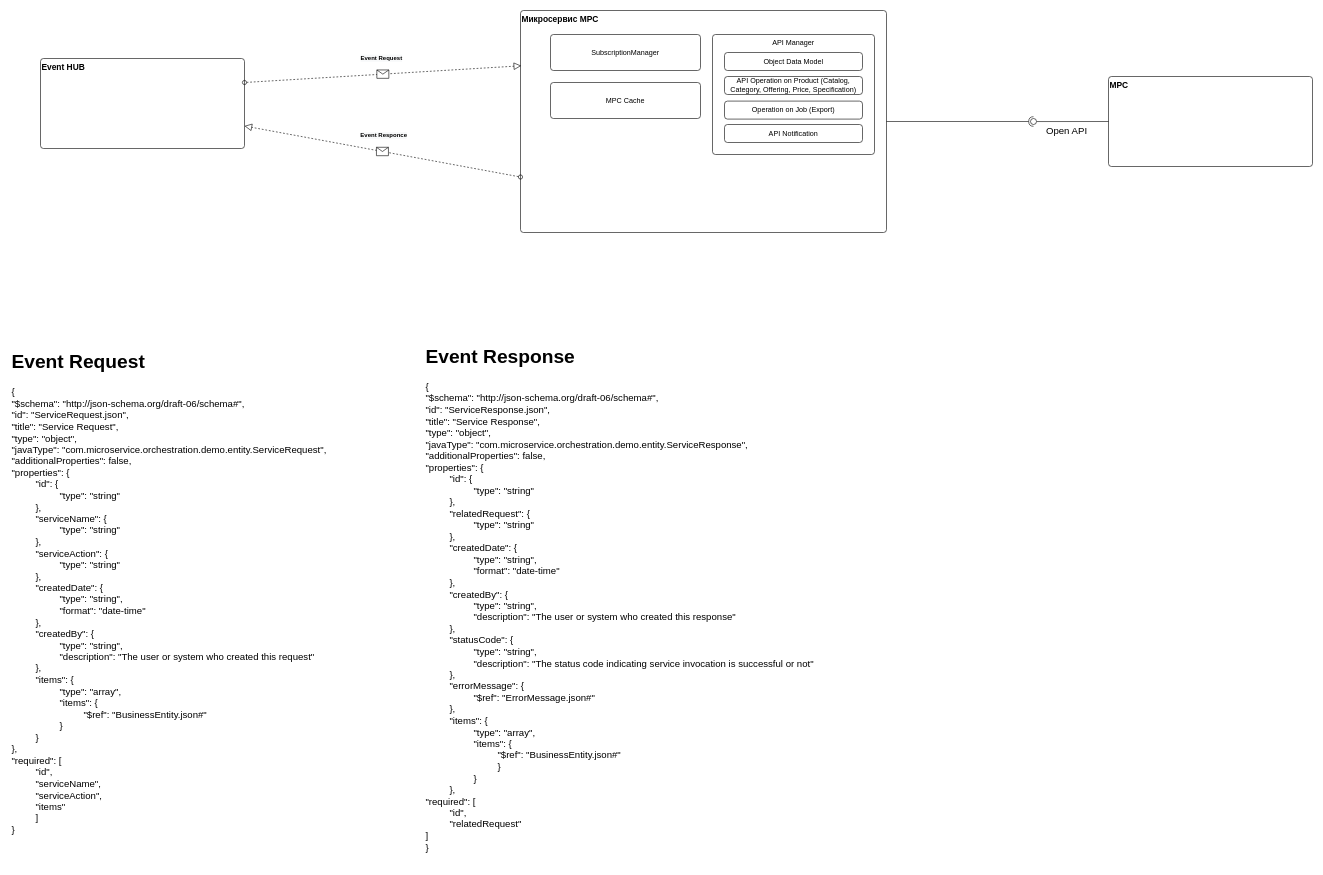
The draw.io diagram page "Проработка микросервиса" (5 of 8) of ExpApiSchematics.drawio in jwkig/expApi, before the edit. Source tidied: cells renumbered, new cells numbered last; positions are measured from the earlier drawing's top-left corner, leaving out a move shared by most shapes. Both pictures are drawn from the tidied source at 60%, with x=0, y=0 at pixel (10, 10).
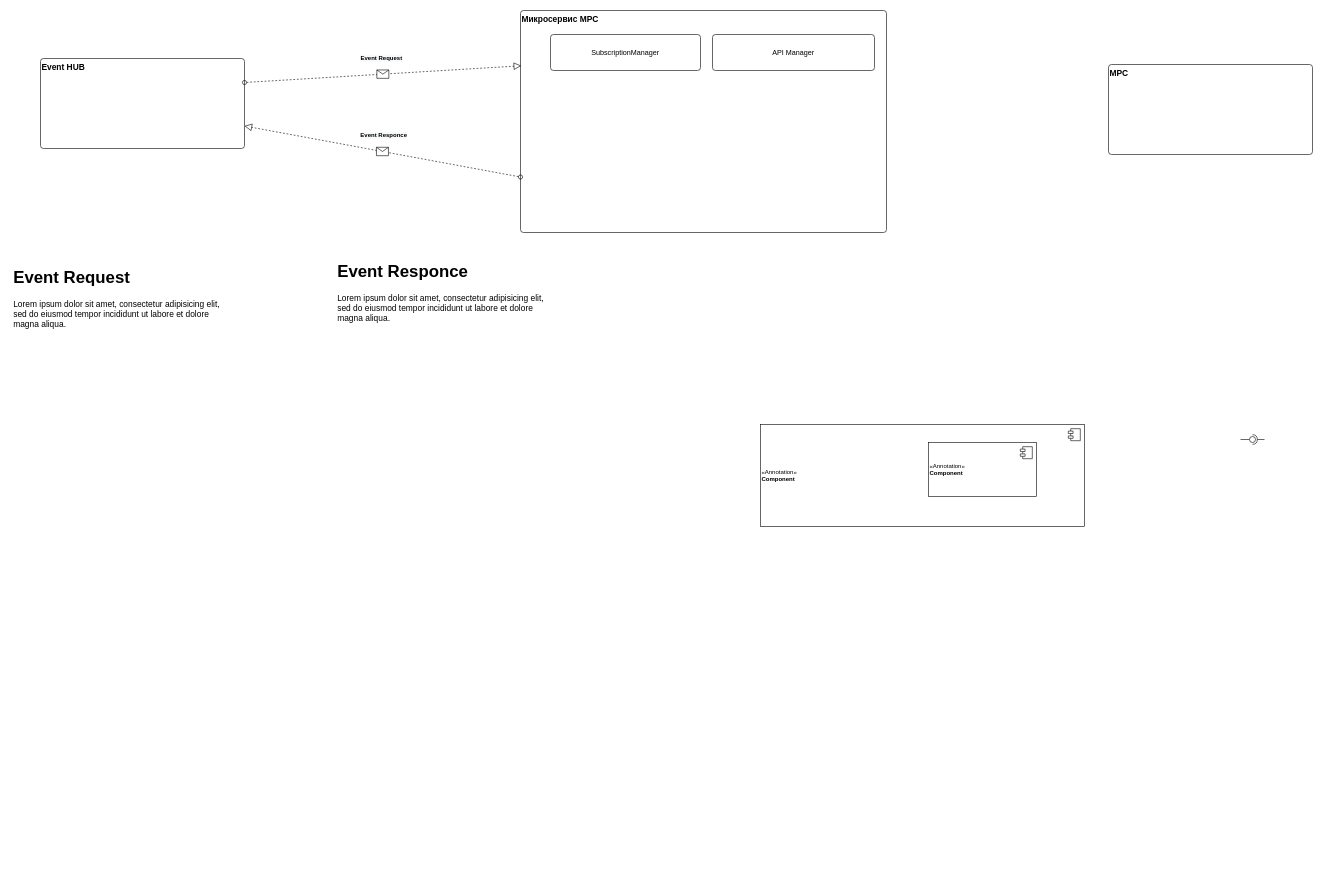
The same diagram, later.

The change refers to these unchanged cells:
```xml
<mxCell id="2" value="Микросервис MPC" style="rounded=1;absoluteArcSize=1;html=1;arcSize=10;verticalAlign=top;align=left;fontSize=14;fontStyle=1;" parent="1" vertex="1">
  <mxGeometry x="850" width="610" height="370" as="geometry" />
</mxCell>
```

What changed in the source:
```diff
@@
-    <mxCell id="5" value="API Manager" style="rounded=1;absoluteArcSize=1;html=1;arcSize=10;whiteSpace=wrap;strokeColor=inherit;fillColor=inherit;verticalAlign=top;" parent="2" vertex="1">
-      <mxGeometry x="320" y="40" width="270" height="200" as="geometry" />
+    <mxCell id="5" value="API Manager" style="rounded=1;absoluteArcSize=1;html=1;arcSize=10;whiteSpace=wrap;strokeColor=inherit;fillColor=inherit;" parent="2" vertex="1">
+      <mxGeometry x="320" y="40" width="270" height="60" as="geometry" />
     </mxCell>
-    <mxCell id="6" value="MPC Cache" style="rounded=1;absoluteArcSize=1;html=1;arcSize=10;whiteSpace=wrap;strokeColor=inherit;fillColor=inherit;" parent="2" vertex="1">
-      <mxGeometry x="50" y="120" width="250" height="60" as="geometry" />
-    </mxCell>
-    <mxCell id="7" value="Object Data Model" style="rounded=1;absoluteArcSize=1;html=1;arcSize=10;whiteSpace=wrap;strokeColor=inherit;fillColor=inherit;" parent="2" vertex="1">
-      <mxGeometry x="340" y="70" width="230" height="30" as="geometry" />
-    </mxCell>
-    <mxCell id="8" value="API Operation on Product (Catalog, Category, Offering, Price, Specification)" style="rounded=1;absoluteArcSize=1;html=1;arcSize=10;whiteSpace=wrap;strokeColor=inherit;fillColor=inherit;" parent="2" vertex="1">
-      <mxGeometry x="340" y="110" width="230" height="30" as="geometry" />
-    </mxCell>
-    <mxCell id="9" value="Operation on Job (Export)" style="rounded=1;absoluteArcSize=1;html=1;arcSize=10;whiteSpace=wrap;strokeColor=inherit;fillColor=inherit;" parent="2" vertex="1">
-      <mxGeometry x="340" y="151" width="230" height="30" as="geometry" />
-    </mxCell>
-    <mxCell id="10" value="API Notification" style="rounded=1;absoluteArcSize=1;html=1;arcSize=10;whiteSpace=wrap;strokeColor=inherit;fillColor=inherit;" parent="2" vertex="1">
-      <mxGeometry x="340" y="190" width="230" height="30" as="geometry" />
-    </mxCell>
     <mxCell id="11" value="MPC" style="rounded=1;absoluteArcSize=1;html=1;arcSize=10;verticalAlign=top;align=left;fontSize=14;fontStyle=1;" parent="1" vertex="1">
-      <mxGeometry x="1830" y="110" width="340" height="150" as="geometry" />
+      <mxGeometry x="1830" y="90" width="340" height="150" as="geometry" />
     </mxCell>
@@
+    <mxCell id="27" value="&lt;h1&gt;Event Request&lt;/h1&gt;&lt;p&gt;Lorem ipsum dolor sit amet, consectetur adipisicing elit, sed do eiusmod tempor incididunt ut labore et dolore magna aliqua.&lt;/p&gt;" style="text;html=1;strokeColor=none;fillColor=none;spacing=5;spacingTop=-20;whiteSpace=wrap;overflow=hidden;rounded=0;fontSize=14;fontColor=#000000;align=left;" parent="1" vertex="1">
+      <mxGeometry y="420" width="370" height="590" as="geometry" />
+    </mxCell>
+    <mxCell id="28" value="&lt;h1&gt;Event Responce&lt;/h1&gt;&lt;p&gt;Lorem ipsum dolor sit amet, consectetur adipisicing elit, sed do eiusmod tempor incididunt ut labore et dolore magna aliqua.&lt;/p&gt;" style="text;html=1;strokeColor=none;fillColor=none;spacing=5;spacingTop=-20;whiteSpace=wrap;overflow=hidden;rounded=0;fontSize=14;fontColor=#000000;align=left;" parent="1" vertex="1">
+      <mxGeometry x="540" y="410" width="370" height="590" as="geometry" />
+    </mxCell>
@@
-    <mxCell id="21" value="&lt;div&gt;&lt;h1&gt;Event Request&lt;/h1&gt;&lt;/div&gt;&lt;div&gt;{&lt;/div&gt;&lt;div&gt;&lt;span&gt; &lt;/span&gt;&quot;$schema&quot;: &quot;http://json-schema.org/draft-06/schema#&quot;,&lt;/div&gt;&lt;div&gt;&lt;span&gt; &lt;/span&gt;&quot;id&quot;: &quot;ServiceRequest.json&quot;,&lt;/div&gt;&lt;div&gt;&lt;span&gt; &lt;/span&gt;&quot;title&quot;: &quot;Service Request&quot;,&lt;/div&gt;&lt;div&gt;&lt;span&gt; &lt;/span&gt;&quot;type&quot;: &quot;object&quot;,&lt;/div&gt;&lt;div&gt;&lt;span&gt; &lt;/span&gt;&quot;javaType&quot;: &quot;com.microservice.orchestration.demo.entity.ServiceRequest&quot;,&lt;/div&gt;&lt;div&gt;&lt;span&gt; &lt;/span&gt;&quot;additionalProperties&quot;: false,&lt;/div&gt;&lt;div&gt;&lt;span&gt; &lt;/span&gt;&quot;properties&quot;: {&lt;/div&gt;&lt;blockquote style=&quot;margin: 0 0 0 40px ; border: none ; padding: 0px&quot;&gt;&lt;div&gt;&quot;id&quot;: {&lt;/div&gt;&lt;/blockquote&gt;&lt;blockquote style=&quot;margin: 0 0 0 40px ; border: none ; padding: 0px&quot;&gt;&lt;blockquote style=&quot;margin: 0 0 0 40px ; border: none ; padding: 0px&quot;&gt;&lt;div&gt;&quot;type&quot;: &quot;string&quot;&lt;/div&gt;&lt;/blockquote&gt;&lt;/blockquote&gt;&lt;blockquote style=&quot;margin: 0 0 0 40px ; border: none ; padding: 0px&quot;&gt;&lt;div&gt;},&lt;/div&gt;&lt;/blockquote&gt;&lt;blockquote style=&quot;margin: 0 0 0 40px ; border: none ; padding: 0px&quot;&gt;&lt;div&gt;&quot;serviceName&quot;: {&lt;/div&gt;&lt;/blockquote&gt;&lt;blockquote style=&quot;margin: 0 0 0 40px ; border: none ; padding: 0px&quot;&gt;&lt;blockquote style=&quot;margin: 0 0 0 40px ; border: none ; padding: 0px&quot;&gt;&lt;div&gt;&quot;type&quot;: &quot;string&quot;&lt;/div&gt;&lt;/blockquote&gt;&lt;/blockquote&gt;&lt;blockquote style=&quot;margin: 0 0 0 40px ; border: none ; padding: 0px&quot;&gt;&lt;div&gt;},&lt;/div&gt;&lt;div&gt;&quot;serviceAction&quot;: {&lt;/div&gt;&lt;/blockquote&gt;&lt;blockquote style=&quot;margin: 0 0 0 40px ; border: none ; padding: 0px&quot;&gt;&lt;blockquote style=&quot;margin: 0 0 0 40px ; border: none ; padding: 0px&quot;&gt;&lt;div&gt;&quot;type&quot;: &quot;string&quot;&lt;/div&gt;&lt;/blockquote&gt;&lt;/blockquote&gt;&lt;blockquote style=&quot;margin: 0 0 0 40px ; border: none ; padding: 0px&quot;&gt;&lt;div&gt;},&lt;/div&gt;&lt;div&gt;&quot;createdDate&quot;: {&lt;/div&gt;&lt;/blockquote&gt;&lt;blockquote style=&quot;margin: 0 0 0 40px ; border: none ; padding: 0px&quot;&gt;&lt;blockquote style=&quot;margin: 0 0 0 40px ; border: none ; padding: 0px&quot;&gt;&lt;div&gt;&quot;type&quot;: &quot;string&quot;,&lt;/div&gt;&lt;/blockquote&gt;&lt;blockquote style=&quot;margin: 0 0 0 40px ; border: none ; padding: 0px&quot;&gt;&lt;div&gt;&quot;format&quot;: &quot;date-time&quot;&lt;/div&gt;&lt;/blockquote&gt;&lt;/blockquote&gt;&lt;blockquote style=&quot;margin: 0 0 0 40px ; border: none ; padding: 0px&quot;&gt;&lt;div&gt;},&lt;/div&gt;&lt;div&gt;&quot;createdBy&quot;: {&lt;/div&gt;&lt;/blockquote&gt;&lt;blockquote style=&quot;margin: 0 0 0 40px ; border: none ; padding: 0px&quot;&gt;&lt;blockquote style=&quot;margin: 0 0 0 40px ; border: none ; padding: 0px&quot;&gt;&lt;div&gt;&quot;type&quot;: &quot;string&quot;,&lt;/div&gt;&lt;/blockquote&gt;&lt;blockquote style=&quot;margin: 0 0 0 40px ; border: none ; padding: 0px&quot;&gt;&lt;div&gt;&quot;description&quot;: &quot;The user or system who created this request&quot;&lt;/div&gt;&lt;/blockquote&gt;&lt;/blockquote&gt;&lt;blockquote style=&quot;margin: 0 0 0 40px ; border: none ; padding: 0px&quot;&gt;&lt;div&gt;},&lt;/div&gt;&lt;div&gt;&quot;items&quot;: {&lt;/div&gt;&lt;/blockquote&gt;&lt;blockquote style=&quot;margin: 0 0 0 40px ; border: none ; padding: 0px&quot;&gt;&lt;blockquote style=&quot;margin: 0 0 0 40px ; border: none ; padding: 0px&quot;&gt;&lt;div&gt;&quot;type&quot;: &quot;array&quot;,&lt;/div&gt;&lt;/blockquote&gt;&lt;blockquote style=&quot;margin: 0 0 0 40px ; border: none ; padding: 0px&quot;&gt;&lt;div&gt;&quot;items&quot;: {&lt;/div&gt;&lt;/blockquote&gt;&lt;/blockquote&gt;&lt;blockquote style=&quot;margin: 0 0 0 40px ; border: none ; padding: 0px&quot;&gt;&lt;blockquote style=&quot;margin: 0 0 0 40px ; border: none ; padding: 0px&quot;&gt;&lt;blockquote style=&quot;margin: 0 0 0 40px ; border: none ; padding: 0px&quot;&gt;&lt;div&gt;&quot;$ref&quot;: &quot;BusinessEntity.json#&quot;&lt;/div&gt;&lt;/blockquote&gt;&lt;/blockquote&gt;&lt;/blockquote&gt;&lt;blockquote style=&quot;margin: 0 0 0 40px ; border: none ; padding: 0px&quot;&gt;&lt;blockquote style=&quot;margin: 0 0 0 40px ; border: none ; padding: 0px&quot;&gt;&lt;div&gt;}&lt;/div&gt;&lt;/blockquote&gt;&lt;/blockquote&gt;&lt;blockquote style=&quot;margin: 0 0 0 40px ; border: none ; padding: 0px&quot;&gt;&lt;div&gt;}&lt;/div&gt;&lt;/blockquote&gt;&lt;div&gt;&lt;span&gt; &lt;/span&gt;},&lt;/div&gt;&lt;div&gt;&lt;span&gt; &lt;/span&gt;&quot;required&quot;: [&lt;/div&gt;&lt;blockquote style=&quot;margin: 0 0 0 40px ; border: none ; padding: 0px&quot;&gt;&lt;div&gt;&quot;id&quot;,&lt;/div&gt;&lt;div&gt;&quot;serviceName&quot;,&lt;/div&gt;&lt;div&gt;&quot;serviceAction&quot;,&lt;/div&gt;&lt;div&gt;&quot;items&quot;&lt;/div&gt;&lt;div&gt;]&lt;/div&gt;&lt;/blockquote&gt;&lt;div&gt;}&lt;/div&gt;" style="text;html=1;strokeColor=none;fillColor=none;align=left;verticalAlign=middle;whiteSpace=wrap;rounded=0;fontSize=16;fontColor=#000000;" parent="1" vertex="1">
-      <mxGeometry y="540" width="780" height="840" as="geometry" />
-    </mxCell>
-    <mxCell id="22" style="rounded=0;jettySize=auto;html=1;endArrow=none;endFill=0;labelBackgroundColor=#FFFF00;fontSize=16;fontColor=#000000;exitX=0;exitY=0.5;exitDx=0;exitDy=0;" parent="1" edge="1" source="11" target="25">
-      <mxGeometry relative="1" as="geometry" />
-    </mxCell>
-    <mxCell id="23" value="Open API" style="edgeLabel;html=1;align=center;verticalAlign=middle;fontSize=16;fontColor=#000000;" parent="22" vertex="1">
-      <mxGeometry x="0.46" y="2" relative="1" as="geometry">
-        <mxPoint x="17.2" y="13" as="offset" />
-      </mxGeometry>
-    </mxCell>
-    <mxCell id="24" style="rounded=0;jettySize=auto;html=1;endArrow=halfCircle;endFill=0;entryX=0.5;entryY=0.5;entryDx=0;entryDy=0;endSize=6;strokeWidth=1;labelBackgroundColor=#FFFF00;fontSize=16;fontColor=#000000;exitX=1;exitY=0.5;exitDx=0;exitDy=0;" parent="1" edge="1" source="2" target="25">
-      <mxGeometry relative="1" as="geometry" />
-    </mxCell>
-    <mxCell id="25" style="ellipse;whiteSpace=wrap;html=1;fontFamily=Helvetica;fontSize=12;fontColor=#000000;align=center;strokeColor=#000000;fillColor=#ffffff;points=[];rounded=0;" parent="1" vertex="1">
-      <mxGeometry x="1700" y="180" width="10" height="10" as="geometry" />
-    </mxCell>
-    <mxCell id="26" value="&lt;div&gt;&lt;h1&gt;Event Response&lt;/h1&gt;&lt;/div&gt;&lt;div&gt;&lt;div&gt;{&lt;/div&gt;&lt;div&gt;&lt;span&gt; &lt;/span&gt;&quot;$schema&quot;: &quot;http://json-schema.org/draft-06/schema#&quot;,&lt;/div&gt;&lt;div&gt;&lt;span&gt; &lt;/span&gt;&quot;id&quot;: &quot;ServiceResponse.json&quot;,&lt;/div&gt;&lt;div&gt;&lt;span&gt; &lt;/span&gt;&quot;title&quot;: &quot;Service Response&quot;,&lt;/div&gt;&lt;div&gt;&lt;span&gt; &lt;/span&gt;&quot;type&quot;: &quot;object&quot;,&lt;/div&gt;&lt;div&gt;&lt;span&gt; &lt;/span&gt;&quot;javaType&quot;: &quot;com.microservice.orchestration.demo.entity.ServiceResponse&quot;,&lt;/div&gt;&lt;div&gt;&lt;span&gt; &lt;/span&gt;&quot;additionalProperties&quot;: false,&lt;/div&gt;&lt;div&gt;&lt;span&gt; &lt;/span&gt;&quot;properties&quot;: {&lt;/div&gt;&lt;/div&gt;&lt;blockquote style=&quot;margin: 0 0 0 40px ; border: none ; padding: 0px&quot;&gt;&lt;div&gt;&lt;div&gt;&quot;id&quot;: {&lt;/div&gt;&lt;/div&gt;&lt;/blockquote&gt;&lt;blockquote style=&quot;margin: 0 0 0 40px ; border: none ; padding: 0px&quot;&gt;&lt;blockquote style=&quot;margin: 0 0 0 40px ; border: none ; padding: 0px&quot;&gt;&lt;div&gt;&lt;div&gt;&quot;type&quot;: &quot;string&quot;&lt;/div&gt;&lt;/div&gt;&lt;/blockquote&gt;&lt;/blockquote&gt;&lt;blockquote style=&quot;margin: 0 0 0 40px ; border: none ; padding: 0px&quot;&gt;&lt;div&gt;&lt;div&gt;},&lt;/div&gt;&lt;/div&gt;&lt;div&gt;&lt;div&gt;&quot;relatedRequest&quot;: {&lt;/div&gt;&lt;/div&gt;&lt;/blockquote&gt;&lt;blockquote style=&quot;margin: 0 0 0 40px ; border: none ; padding: 0px&quot;&gt;&lt;blockquote style=&quot;margin: 0 0 0 40px ; border: none ; padding: 0px&quot;&gt;&lt;div&gt;&lt;div&gt;&quot;type&quot;: &quot;string&quot;&lt;/div&gt;&lt;/div&gt;&lt;/blockquote&gt;&lt;/blockquote&gt;&lt;blockquote style=&quot;margin: 0 0 0 40px ; border: none ; padding: 0px&quot;&gt;&lt;div&gt;&lt;div&gt;},&lt;/div&gt;&lt;/div&gt;&lt;div&gt;&lt;div&gt;&quot;createdDate&quot;: {&lt;/div&gt;&lt;/div&gt;&lt;/blockquote&gt;&lt;blockquote style=&quot;margin: 0 0 0 40px ; border: none ; padding: 0px&quot;&gt;&lt;blockquote style=&quot;margin: 0 0 0 40px ; border: none ; padding: 0px&quot;&gt;&lt;div&gt;&lt;div&gt;&quot;type&quot;: &quot;string&quot;,&lt;/div&gt;&lt;/div&gt;&lt;/blockquote&gt;&lt;blockquote style=&quot;margin: 0 0 0 40px ; border: none ; padding: 0px&quot;&gt;&lt;div&gt;&lt;div&gt;&quot;format&quot;: &quot;date-time&quot;&lt;/div&gt;&lt;/div&gt;&lt;/blockquote&gt;&lt;/blockquote&gt;&lt;blockquote style=&quot;margin: 0 0 0 40px ; border: none ; padding: 0px&quot;&gt;&lt;div&gt;&lt;div&gt;},&lt;/div&gt;&lt;/div&gt;&lt;div&gt;&lt;div&gt;&quot;createdBy&quot;: {&lt;/div&gt;&lt;/div&gt;&lt;/blockquote&gt;&lt;blockquote style=&quot;margin: 0 0 0 40px ; border: none ; padding: 0px&quot;&gt;&lt;blockquote style=&quot;margin: 0 0 0 40px ; border: none ; padding: 0px&quot;&gt;&lt;div&gt;&lt;div&gt;&quot;type&quot;: &quot;string&quot;,&lt;/div&gt;&lt;/div&gt;&lt;/blockquote&gt;&lt;blockquote style=&quot;margin: 0 0 0 40px ; border: none ; padding: 0px&quot;&gt;&lt;div&gt;&lt;div&gt;&quot;description&quot;: &quot;The user or system who created this response&quot;&lt;/div&gt;&lt;/div&gt;&lt;/blockquote&gt;&lt;/blockquote&gt;&lt;blockquote style=&quot;margin: 0 0 0 40px ; border: none ; padding: 0px&quot;&gt;&lt;div&gt;&lt;div&gt;},&lt;/div&gt;&lt;/div&gt;&lt;div&gt;&lt;div&gt;&quot;statusCode&quot;: {&lt;/div&gt;&lt;/div&gt;&lt;/blockquote&gt;&lt;blockquote style=&quot;margin: 0 0 0 40px ; border: none ; padding: 0px&quot;&gt;&lt;blockquote style=&quot;margin: 0 0 0 40px ; border: none ; padding: 0px&quot;&gt;&lt;div&gt;&lt;div&gt;&quot;type&quot;: &quot;string&quot;,&lt;/div&gt;&lt;/div&gt;&lt;/blockquote&gt;&lt;blockquote style=&quot;margin: 0 0 0 40px ; border: none ; padding: 0px&quot;&gt;&lt;div&gt;&lt;div&gt;&quot;description&quot;: &quot;The status code indicating service invocation is successful or not&quot;&lt;/div&gt;&lt;/div&gt;&lt;/blockquote&gt;&lt;/blockquote&gt;&lt;blockquote style=&quot;margin: 0 0 0 40px ; border: none ; padding: 0px&quot;&gt;&lt;div&gt;&lt;div&gt;},&lt;/div&gt;&lt;/div&gt;&lt;div&gt;&lt;div&gt;&quot;errorMessage&quot;: {&lt;/div&gt;&lt;/div&gt;&lt;/blockquote&gt;&lt;blockquote style=&quot;margin: 0 0 0 40px ; border: none ; padding: 0px&quot;&gt;&lt;blockquote style=&quot;margin: 0 0 0 40px ; border: none ; padding: 0px&quot;&gt;&lt;div&gt;&lt;div&gt;&quot;$ref&quot;: &quot;ErrorMessage.json#&quot;&lt;/div&gt;&lt;/div&gt;&lt;/blockquote&gt;&lt;/blockquote&gt;&lt;blockquote style=&quot;margin: 0 0 0 40px ; border: none ; padding: 0px&quot;&gt;&lt;div&gt;&lt;div&gt;},&lt;/div&gt;&lt;/div&gt;&lt;div&gt;&lt;div&gt;&quot;items&quot;: {&lt;/div&gt;&lt;/div&gt;&lt;blockquote style=&quot;margin: 0 0 0 40px ; border: none ; padding: 0px&quot;&gt;&lt;div&gt;&lt;div&gt;&quot;type&quot;: &quot;array&quot;,&lt;/div&gt;&lt;/div&gt;&lt;/blockquote&gt;&lt;blockquote style=&quot;margin: 0 0 0 40px ; border: none ; padding: 0px&quot;&gt;&lt;div&gt;&lt;div&gt;&quot;items&quot;: {&lt;/div&gt;&lt;/div&gt;&lt;/blockquote&gt;&lt;blockquote style=&quot;margin: 0 0 0 40px ; border: none ; padding: 0px&quot;&gt;&lt;blockquote style=&quot;margin: 0 0 0 40px ; border: none ; padding: 0px&quot;&gt;&lt;div&gt;&lt;div&gt;&quot;$ref&quot;: &quot;BusinessEntity.json#&quot;&lt;/div&gt;&lt;/div&gt;&lt;/blockquote&gt;&lt;/blockquote&gt;&lt;blockquote style=&quot;margin: 0 0 0 40px ; border: none ; padding: 0px&quot;&gt;&lt;blockquote style=&quot;margin: 0 0 0 40px ; border: none ; padding: 0px&quot;&gt;&lt;div&gt;&lt;div&gt;}&lt;/div&gt;&lt;/div&gt;&lt;/blockquote&gt;&lt;/blockquote&gt;&lt;blockquote style=&quot;margin: 0 0 0 40px ; border: none ; padding: 0px&quot;&gt;&lt;div&gt;&lt;div&gt;}&lt;/div&gt;&lt;/div&gt;&lt;/blockquote&gt;&lt;div&gt;&lt;div&gt;},&lt;/div&gt;&lt;/div&gt;&lt;/blockquote&gt;&lt;div&gt;&lt;div&gt;&lt;span&gt; &lt;/span&gt;&quot;required&quot;: [&lt;/div&gt;&lt;/div&gt;&lt;blockquote style=&quot;margin: 0 0 0 40px ; border: none ; padding: 0px&quot;&gt;&lt;div&gt;&lt;div&gt;&quot;id&quot;,&lt;/div&gt;&lt;/div&gt;&lt;div&gt;&lt;div&gt;&quot;relatedRequest&quot;&lt;/div&gt;&lt;/div&gt;&lt;/blockquote&gt;&lt;div&gt;&lt;div&gt;&lt;span&gt; &lt;/span&gt;]&lt;/div&gt;&lt;div&gt;}&lt;/div&gt;&lt;/div&gt;&lt;div&gt;&lt;br&gt;&lt;/div&gt;" style="text;html=1;strokeColor=none;fillColor=none;align=left;verticalAlign=middle;whiteSpace=wrap;rounded=0;fontSize=16;fontColor=#000000;" parent="1" vertex="1">
-      <mxGeometry x="690" y="560" width="780" height="840" as="geometry" />
-    </mxCell>
+    <mxCell id="29" value="&amp;laquo;Annotation&amp;raquo;&lt;br/&gt;&lt;b&gt;Component&lt;/b&gt;" style="html=1;strokeWidth=1;fontSize=10;fontColor=#000000;align=left;" parent="1" vertex="1">
+      <mxGeometry x="1250" y="690" width="540" height="170" as="geometry" />
+    </mxCell>
+    <mxCell id="30" style="shape=module;jettyWidth=8;jettyHeight=4;" parent="29" vertex="1">
+      <mxGeometry x="1" width="20" height="20" relative="1" as="geometry">
+        <mxPoint x="-27" y="7" as="offset" />
+      </mxGeometry>
+    </mxCell>
+    <mxCell id="31" value="&amp;laquo;Annotation&amp;raquo;&lt;br/&gt;&lt;b&gt;Component&lt;/b&gt;" style="html=1;strokeWidth=1;fontSize=10;fontColor=#000000;align=left;" parent="1" vertex="1">
+      <mxGeometry x="1530" y="720" width="180" height="90" as="geometry" />
+    </mxCell>
+    <mxCell id="32" style="shape=module;jettyWidth=8;jettyHeight=4;" parent="31" vertex="1">
+      <mxGeometry x="1" width="20" height="20" relative="1" as="geometry">
+        <mxPoint x="-27" y="7" as="offset" />
+      </mxGeometry>
+    </mxCell>
+    <mxCell id="33" style="rounded=0;jettySize=auto;html=1;endArrow=none;endFill=0;labelBackgroundColor=#FFFF00;fontSize=10;fontColor=#000000;" parent="1" edge="1" target="35">
+      <mxGeometry relative="1" as="geometry">
+        <mxPoint x="2050" y="715" as="sourcePoint" />
+      </mxGeometry>
+    </mxCell>
+    <mxCell id="34" style="rounded=0;jettySize=auto;html=1;endArrow=halfCircle;endFill=0;entryX=0.5;entryY=0.5;entryDx=0;entryDy=0;endSize=6;strokeWidth=1;labelBackgroundColor=#FFFF00;fontSize=10;fontColor=#000000;" parent="1" edge="1" target="35">
+      <mxGeometry relative="1" as="geometry">
+        <mxPoint x="2090" y="715" as="sourcePoint" />
+      </mxGeometry>
+    </mxCell>
+    <mxCell id="35" style="ellipse;whiteSpace=wrap;html=1;fontFamily=Helvetica;fontSize=12;fontColor=#000000;align=center;strokeColor=#000000;fillColor=#ffffff;points=[];" parent="1" vertex="1">
+      <mxGeometry x="2065" y="710" width="10" height="10" as="geometry" />
+    </mxCell>
```
